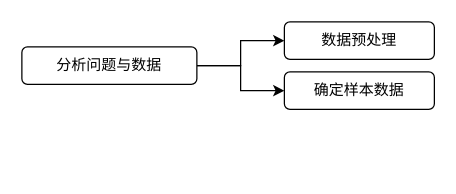
wennieWN/UML keeps this draw.io diagram as 数模.drawio. Above is the earlier version. Source tidied: cells renumbered, new cells numbered last; positions are measured from the earlier drawing's top-left corner, leaving out a move shared by most shapes. Both pictures are drawn from the tidied source at 125%, with x=0, y=0 at pixel (21, 21).
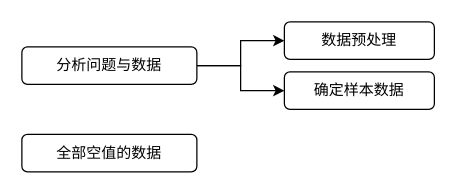
The same page after the edit.

What changed in the source:
```diff
@@
 <mxGraphModel>
   <root>
     <mxCell id="0" />
     <mxCell id="1" parent="0" />
     <mxCell id="2" style="edgeStyle=orthogonalEdgeStyle;rounded=0;jettySize=auto;html=1;entryX=0;entryY=0.5;entryDx=0;entryDy=0;" parent="1" edge="1" source="4" target="5">
       <mxGeometry relative="1" as="geometry">
         <Array as="points">
           <mxPoint x="175" y="35" />
           <mxPoint x="175" y="15" />
         </Array>
       </mxGeometry>
     </mxCell>
     <mxCell id="3" style="edgeStyle=orthogonalEdgeStyle;rounded=0;jettySize=auto;html=1;exitX=1;exitY=0.5;exitDx=0;exitDy=0;entryX=0;entryY=0.5;entryDx=0;entryDy=0;" parent="1" edge="1" source="4" target="6">
       <mxGeometry relative="1" as="geometry" />
     </mxCell>
     <mxCell id="4" value="分析问题与数据" style="rounded=1;whiteSpace=wrap;html=1;" parent="1" vertex="1">
       <mxGeometry y="20" width="140" height="30" as="geometry" />
     </mxCell>
     <mxCell id="5" value="数据预处理" style="rounded=1;whiteSpace=wrap;html=1;" parent="1" vertex="1">
       <mxGeometry x="210" width="120" height="30" as="geometry" />
     </mxCell>
     <mxCell id="6" value="确定样本数据" style="rounded=1;whiteSpace=wrap;html=1;" parent="1" vertex="1">
       <mxGeometry x="210" y="40" width="120" height="30" as="geometry" />
     </mxCell>
+    <mxCell id="7" value="全部空值的数据" style="rounded=1;whiteSpace=wrap;html=1;" parent="1" vertex="1">
+      <mxGeometry y="90" width="140" height="30" as="geometry" />
+    </mxCell>
   </root>
 </mxGraphModel>
```
